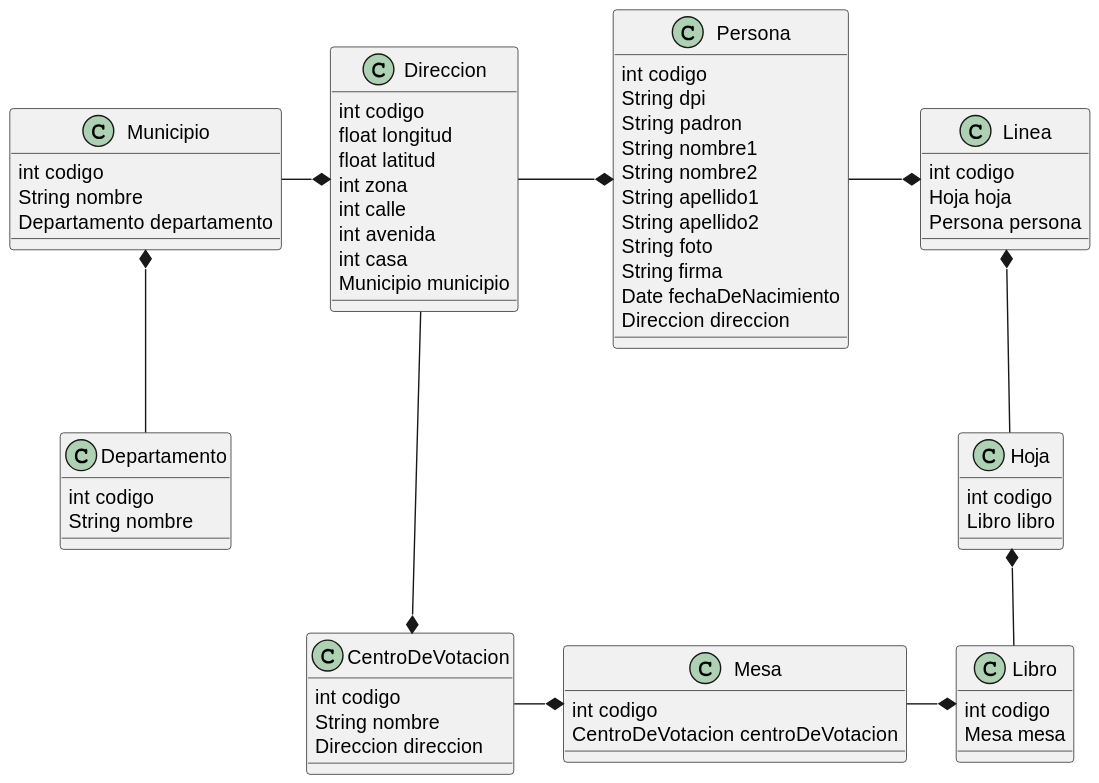
Above: docs/diagramas/Modelo de Datos.svg in EdwarCastellanos5120/ConsultaEmpadronamieto (PlantUML), before the change.
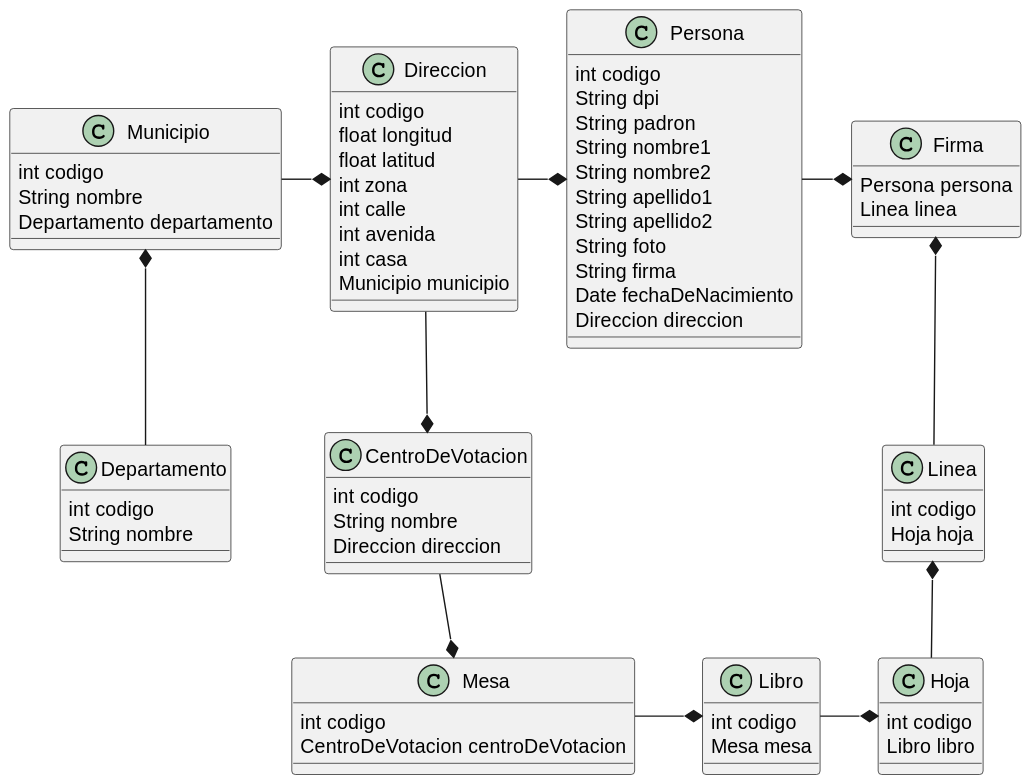
After the commit.

Commit message:
Se agrego la clase Firma

What changed in the source:
```diff
@@ -46,7 +46,6 @@
     class Linea {
         int codigo
         Hoja hoja
-        Persona persona
     }
 
     class Persona {
@@ -63,15 +62,20 @@
         Direccion direccion
     }
 
+    class Firma {
+        Persona persona
+        Linea linea
+    }
+
     Persona *-left- Direccion
-    Linea *-left- Persona
+    Firma *-- Linea
+    Firma *-left- Persona
     Linea *-- Hoja
-    Hoja *-- Libro
+    Hoja *-left- Libro
     Libro *-left- Mesa
     Mesa *-left- CentroDeVotacion
     CentroDeVotacion *-up- Direccion
     Direccion *-left- Municipio
     Municipio *-- Departamento
 
-
 @enduml
```
